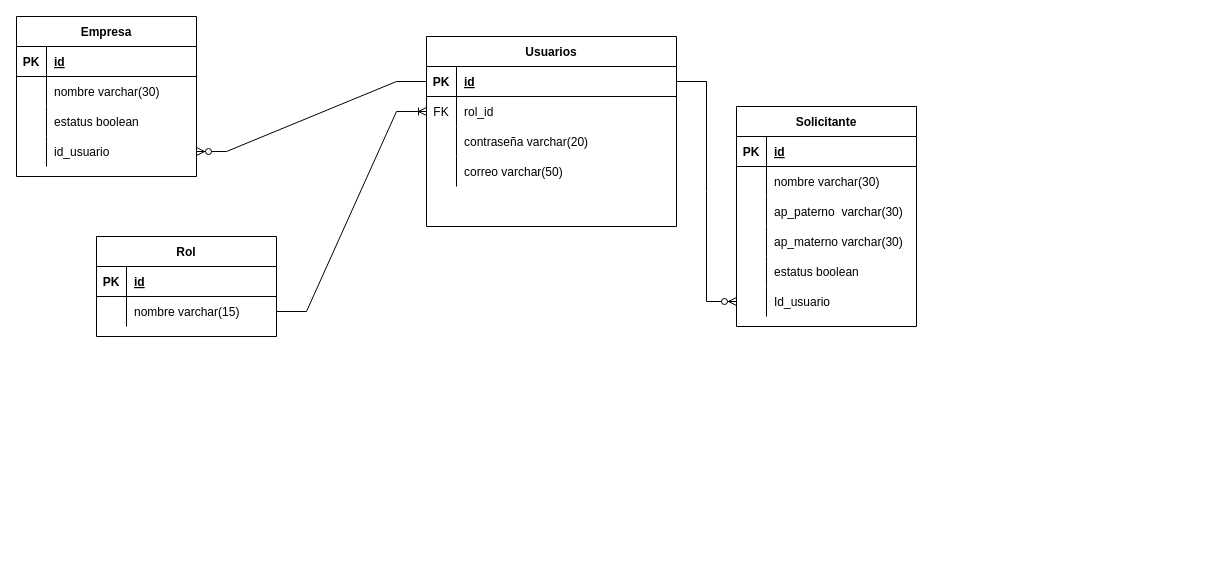
This is page "Page-1" (1 of 2) of Diagrama BBDD.drawio from soolelu/pilotoE3-Back, a draw.io file, before an edit. Source tidied: cells renumbered, new cells numbered last; positions are measured from the earlier drawing's top-left corner, leaving out a move shared by most shapes. Both pictures are drawn from the tidied source at 100%, with x=0, y=0 at pixel (16, 16).
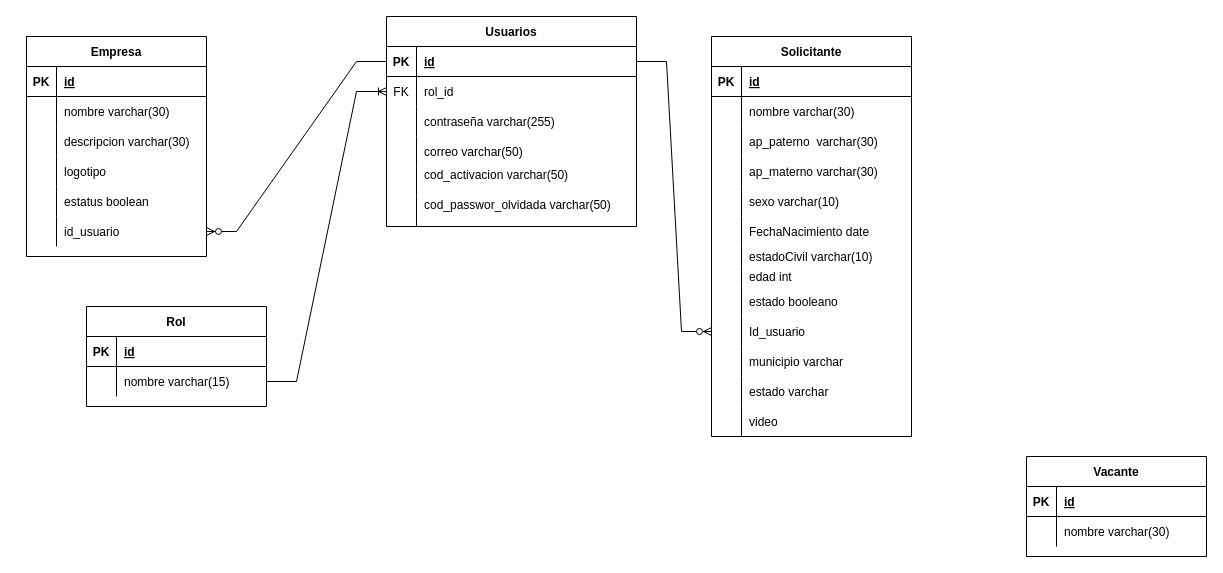
The same page after the edit.

Commit message:
perfil solicitante

Unchanged cells that the change refers to:
```xml
<mxCell id="9" style="shape=partialRectangle;fillColor=none;top=0;left=0;right=0;bottom=0;" parent="2" vertex="1">
  <mxGeometry y="90" width="250" height="30" as="geometry" />
</mxCell>
```

The edit, as a diff of the source:
```diff
@@
     <mxCell id="2" value="Usuarios" style="shape=table;startSize=30;childLayout=tableLayout;rowLines=0;fontStyle=1;align=center;" parent="1" vertex="1">
-      <mxGeometry x="410" y="20" width="250" height="190" as="geometry" />
+      <mxGeometry x="370" width="250" height="210" as="geometry" />
     </mxCell>
@@
-    <mxCell id="11" value="contraseña varchar(20)" style="shape=partialRectangle;overflow=hidden;fillColor=none;top=0;left=0;bottom=0;right=0;align=left;spacingLeft=6;" parent="9" vertex="1">
+    <mxCell id="11" value="contraseña varchar(255)" style="shape=partialRectangle;overflow=hidden;fillColor=none;top=0;left=0;bottom=0;right=0;align=left;spacingLeft=6;" parent="9" vertex="1">
       <mxGeometry x="30" width="220" height="30" as="geometry" />
     </mxCell>
@@
+    <mxCell id="57" style="shape=partialRectangle;fillColor=none;top=0;left=0;right=0;bottom=0;" parent="2" vertex="1">
+      <mxGeometry y="150" width="250" height="30" as="geometry" />
+    </mxCell>
+    <mxCell id="58" style="shape=partialRectangle;overflow=hidden;fillColor=none;top=0;left=0;bottom=0;right=0;" parent="57" vertex="1">
+      <mxGeometry width="30" height="30" as="geometry" />
+    </mxCell>
+    <mxCell id="59" value="cod_activacion varchar(50)&#10;" style="shape=partialRectangle;overflow=hidden;fillColor=none;top=0;left=0;bottom=0;right=0;align=left;spacingLeft=6;" parent="57" vertex="1">
+      <mxGeometry x="30" width="220" height="30" as="geometry" />
+    </mxCell>
+    <mxCell id="60" style="shape=partialRectangle;fillColor=none;top=0;left=0;right=0;bottom=0;" parent="2" vertex="1">
+      <mxGeometry y="180" width="250" height="30" as="geometry" />
+    </mxCell>
+    <mxCell id="61" style="shape=partialRectangle;overflow=hidden;fillColor=none;top=0;left=0;bottom=0;right=0;" parent="60" vertex="1">
+      <mxGeometry width="30" height="30" as="geometry" />
+    </mxCell>
+    <mxCell id="62" value="cod_passwor_olvidada varchar(50)&#10;" style="shape=partialRectangle;overflow=hidden;fillColor=none;top=0;left=0;bottom=0;right=0;align=left;spacingLeft=6;" parent="60" vertex="1">
+      <mxGeometry x="30" width="220" height="30" as="geometry" />
+    </mxCell>
     <mxCell id="15" value="Rol" style="shape=table;startSize=30;childLayout=tableLayout;rowLines=0;fontStyle=1;align=center;" parent="1" vertex="1">
-      <mxGeometry x="80" y="220" width="180" height="100" as="geometry" />
+      <mxGeometry x="70" y="290" width="180" height="100" as="geometry" />
     </mxCell>
@@
     <mxCell id="23" value="Empresa" style="shape=table;startSize=30;childLayout=tableLayout;rowLines=0;fontStyle=1;align=center;" parent="1" vertex="1">
-      <mxGeometry width="180" height="160" as="geometry" />
+      <mxGeometry x="10" y="20" width="180" height="220" as="geometry" />
     </mxCell>
@@
+    <mxCell id="63" style="shape=tableRow;horizontal=0;startSize=0;swimlaneHead=0;swimlaneBody=0;fillColor=none;top=0;left=0;right=0;bottom=0;" parent="23" vertex="1">
+      <mxGeometry y="90" width="180" height="30" as="geometry" />
+    </mxCell>
+    <mxCell id="64" style="shape=partialRectangle;fillColor=none;top=0;left=0;bottom=0;right=0;overflow=hidden;" parent="63" vertex="1">
+      <mxGeometry width="30" height="30" as="geometry" />
+    </mxCell>
+    <mxCell id="65" value="descripcion varchar(30)" style="shape=partialRectangle;fillColor=none;top=0;left=0;bottom=0;right=0;align=left;spacingLeft=6;overflow=hidden;" parent="63" vertex="1">
+      <mxGeometry x="30" width="150" height="30" as="geometry" />
+    </mxCell>
+    <mxCell id="66" style="shape=tableRow;horizontal=0;startSize=0;swimlaneHead=0;swimlaneBody=0;fillColor=none;top=0;left=0;right=0;bottom=0;" parent="23" vertex="1">
+      <mxGeometry y="120" width="180" height="30" as="geometry" />
+    </mxCell>
+    <mxCell id="67" style="shape=partialRectangle;fillColor=none;top=0;left=0;bottom=0;right=0;overflow=hidden;" parent="66" vertex="1">
+      <mxGeometry width="30" height="30" as="geometry" />
+    </mxCell>
+    <mxCell id="68" value="logotipo" style="shape=partialRectangle;fillColor=none;top=0;left=0;bottom=0;right=0;align=left;spacingLeft=6;overflow=hidden;" parent="66" vertex="1">
+      <mxGeometry x="30" width="150" height="30" as="geometry" />
+    </mxCell>
     <mxCell id="30" style="shape=tableRow;horizontal=0;startSize=0;swimlaneHead=0;swimlaneBody=0;fillColor=none;top=0;left=0;right=0;bottom=0;" parent="23" vertex="1">
-      <mxGeometry y="90" width="180" height="30" as="geometry" />
+      <mxGeometry y="150" width="180" height="30" as="geometry" />
     </mxCell>
@@
     <mxCell id="33" style="shape=tableRow;horizontal=0;startSize=0;swimlaneHead=0;swimlaneBody=0;fillColor=none;points=[[0,0.5],[1,0.5]];portConstraint=eastwest;top=0;left=0;right=0;bottom=0;" parent="23" vertex="1">
-      <mxGeometry y="120" width="180" height="30" as="geometry" />
+      <mxGeometry y="180" width="180" height="30" as="geometry" />
     </mxCell>
@@
     <mxCell id="36" value="Solicitante" style="shape=table;startSize=30;childLayout=tableLayout;rowLines=0;fontStyle=1;align=center;" parent="1" vertex="1">
-      <mxGeometry x="720" y="90" width="180" height="220" as="geometry" />
+      <mxGeometry x="695" y="20" width="200" height="400" as="geometry" />
     </mxCell>
     <mxCell id="37" style="shape=tableRow;horizontal=0;startSize=0;swimlaneHead=0;swimlaneBody=0;fillColor=none;top=0;left=0;right=0;bottom=1;" parent="36" vertex="1">
-      <mxGeometry y="30" width="180" height="30" as="geometry" />
+      <mxGeometry y="30" width="200" height="30" as="geometry" />
     </mxCell>
@@
     <mxCell id="39" value="id" style="shape=partialRectangle;fillColor=none;top=0;left=0;bottom=0;right=0;align=left;spacingLeft=6;fontStyle=5;overflow=hidden;" parent="37" vertex="1">
-      <mxGeometry x="30" width="150" height="30" as="geometry" />
+      <mxGeometry x="30" width="170" height="30" as="geometry" />
     </mxCell>
     <mxCell id="40" style="shape=tableRow;horizontal=0;startSize=0;swimlaneHead=0;swimlaneBody=0;fillColor=none;top=0;left=0;right=0;bottom=0;" parent="36" vertex="1">
-      <mxGeometry y="60" width="180" height="30" as="geometry" />
+      <mxGeometry y="60" width="200" height="30" as="geometry" />
     </mxCell>
@@
     <mxCell id="42" value="nombre varchar(30)" style="shape=partialRectangle;fillColor=none;top=0;left=0;bottom=0;right=0;align=left;spacingLeft=6;overflow=hidden;" parent="40" vertex="1">
-      <mxGeometry x="30" width="150" height="30" as="geometry" />
+      <mxGeometry x="30" width="170" height="30" as="geometry" />
     </mxCell>
     <mxCell id="43" style="shape=tableRow;horizontal=0;startSize=0;swimlaneHead=0;swimlaneBody=0;fillColor=none;top=0;left=0;right=0;bottom=0;" parent="36" vertex="1">
-      <mxGeometry y="90" width="180" height="30" as="geometry" />
+      <mxGeometry y="90" width="200" height="30" as="geometry" />
     </mxCell>
@@
     <mxCell id="45" value="ap_paterno  varchar(30)" style="shape=partialRectangle;fillColor=none;top=0;left=0;bottom=0;right=0;align=left;spacingLeft=6;overflow=hidden;" parent="43" vertex="1">
-      <mxGeometry x="30" width="150" height="30" as="geometry" />
+      <mxGeometry x="30" width="170" height="30" as="geometry" />
     </mxCell>
     <mxCell id="46" style="shape=tableRow;horizontal=0;startSize=0;swimlaneHead=0;swimlaneBody=0;fillColor=none;top=0;left=0;right=0;bottom=0;" parent="36" vertex="1">
-      <mxGeometry y="120" width="180" height="30" as="geometry" />
+      <mxGeometry y="120" width="200" height="30" as="geometry" />
     </mxCell>
@@
     <mxCell id="48" value="ap_materno varchar(30)" style="shape=partialRectangle;fillColor=none;top=0;left=0;bottom=0;right=0;align=left;spacingLeft=6;overflow=hidden;" parent="46" vertex="1">
-      <mxGeometry x="30" width="150" height="30" as="geometry" />
+      <mxGeometry x="30" width="170" height="30" as="geometry" />
     </mxCell>
-    <mxCell id="49" style="shape=tableRow;horizontal=0;startSize=0;swimlaneHead=0;swimlaneBody=0;fillColor=none;top=0;left=0;right=0;bottom=0;" parent="36" vertex="1">
-      <mxGeometry y="150" width="180" height="30" as="geometry" />
-    </mxCell>
-    <mxCell id="50" style="shape=partialRectangle;fillColor=none;top=0;left=0;bottom=0;right=0;overflow=hidden;" parent="49" vertex="1">
-      <mxGeometry width="30" height="30" as="geometry" />
-    </mxCell>
-    <mxCell id="51" value="estatus boolean" style="shape=partialRectangle;fillColor=none;top=0;left=0;bottom=0;right=0;align=left;spacingLeft=6;overflow=hidden;" parent="49" vertex="1">
-      <mxGeometry x="30" width="150" height="30" as="geometry" />
-    </mxCell>
+    <mxCell id="69" style="shape=tableRow;horizontal=0;startSize=0;swimlaneHead=0;swimlaneBody=0;fillColor=none;top=0;left=0;right=0;bottom=0;" parent="36" vertex="1">
+      <mxGeometry y="150" width="200" height="30" as="geometry" />
+    </mxCell>
+    <mxCell id="70" style="shape=partialRectangle;fillColor=none;top=0;left=0;bottom=0;right=0;overflow=hidden;" parent="69" vertex="1">
+      <mxGeometry width="30" height="30" as="geometry" />
+    </mxCell>
+    <mxCell id="71" value="sexo varchar(10)" style="shape=partialRectangle;fillColor=none;top=0;left=0;bottom=0;right=0;align=left;spacingLeft=6;overflow=hidden;" parent="69" vertex="1">
+      <mxGeometry x="30" width="170" height="30" as="geometry" />
+    </mxCell>
+    <mxCell id="72" style="shape=tableRow;horizontal=0;startSize=0;swimlaneHead=0;swimlaneBody=0;fillColor=none;top=0;left=0;right=0;bottom=0;" parent="36" vertex="1">
+      <mxGeometry y="180" width="200" height="30" as="geometry" />
+    </mxCell>
+    <mxCell id="73" style="shape=partialRectangle;fillColor=none;top=0;left=0;bottom=0;right=0;overflow=hidden;" parent="72" vertex="1">
+      <mxGeometry width="30" height="30" as="geometry" />
+    </mxCell>
+    <mxCell id="74" value="FechaNacimiento date" style="shape=partialRectangle;fillColor=none;top=0;left=0;bottom=0;right=0;align=left;spacingLeft=6;overflow=hidden;" parent="72" vertex="1">
+      <mxGeometry x="30" width="170" height="30" as="geometry" />
+    </mxCell>
+    <mxCell id="75" style="shape=tableRow;horizontal=0;startSize=0;swimlaneHead=0;swimlaneBody=0;fillColor=none;top=0;left=0;right=0;bottom=0;" parent="36" vertex="1">
+      <mxGeometry y="210" width="200" height="20" as="geometry" />
+    </mxCell>
+    <mxCell id="76" style="shape=partialRectangle;fillColor=none;top=0;left=0;bottom=0;right=0;overflow=hidden;" parent="75" vertex="1">
+      <mxGeometry width="30" height="20" as="geometry" />
+    </mxCell>
+    <mxCell id="77" value="estadoCivil varchar(10)" style="shape=partialRectangle;fillColor=none;top=0;left=0;bottom=0;right=0;align=left;spacingLeft=6;overflow=hidden;" parent="75" vertex="1">
+      <mxGeometry x="30" width="170" height="20" as="geometry" />
+    </mxCell>
+    <mxCell id="78" style="shape=tableRow;horizontal=0;startSize=0;swimlaneHead=0;swimlaneBody=0;fillColor=none;top=0;left=0;right=0;bottom=0;" parent="36" vertex="1">
+      <mxGeometry y="230" width="200" height="20" as="geometry" />
+    </mxCell>
+    <mxCell id="79" style="shape=partialRectangle;fillColor=none;top=0;left=0;bottom=0;right=0;overflow=hidden;" parent="78" vertex="1">
+      <mxGeometry width="30" height="20" as="geometry" />
+    </mxCell>
+    <mxCell id="80" value="edad int" style="shape=partialRectangle;fillColor=none;top=0;left=0;bottom=0;right=0;align=left;spacingLeft=6;overflow=hidden;" parent="78" vertex="1">
+      <mxGeometry x="30" width="170" height="20" as="geometry" />
+    </mxCell>
+    <mxCell id="81" style="shape=tableRow;horizontal=0;startSize=0;swimlaneHead=0;swimlaneBody=0;fillColor=none;top=0;left=0;right=0;bottom=0;" parent="36" vertex="1">
+      <mxGeometry y="250" width="200" height="30" as="geometry" />
+    </mxCell>
+    <mxCell id="82" style="shape=partialRectangle;fillColor=none;top=0;left=0;bottom=0;right=0;overflow=hidden;" parent="81" vertex="1">
+      <mxGeometry width="30" height="30" as="geometry" />
+    </mxCell>
+    <mxCell id="83" value="estado booleano" style="shape=partialRectangle;fillColor=none;top=0;left=0;bottom=0;right=0;align=left;spacingLeft=6;overflow=hidden;" parent="81" vertex="1">
+      <mxGeometry x="30" width="170" height="30" as="geometry" />
+    </mxCell>
     <mxCell id="52" style="shape=tableRow;horizontal=0;startSize=0;swimlaneHead=0;swimlaneBody=0;fillColor=none;points=[[0,0.5],[1,0.5]];portConstraint=eastwest;top=0;left=0;right=0;bottom=0;" parent="36" vertex="1">
-      <mxGeometry y="180" width="180" height="30" as="geometry" />
+      <mxGeometry y="280" width="200" height="30" as="geometry" />
     </mxCell>
@@
     <mxCell id="54" value="Id_usuario" style="shape=partialRectangle;fillColor=none;top=0;left=0;bottom=0;right=0;align=left;spacingLeft=6;overflow=hidden;" parent="52" vertex="1">
-      <mxGeometry x="30" width="150" height="30" as="geometry" />
+      <mxGeometry x="30" width="170" height="30" as="geometry" />
     </mxCell>
+    <mxCell id="84" style="shape=tableRow;horizontal=0;startSize=0;swimlaneHead=0;swimlaneBody=0;fillColor=none;top=0;left=0;right=0;bottom=0;" parent="36" vertex="1">
+      <mxGeometry y="310" width="200" height="30" as="geometry" />
+    </mxCell>
+    <mxCell id="85" style="shape=partialRectangle;fillColor=none;top=0;left=0;bottom=0;right=0;overflow=hidden;" parent="84" vertex="1">
+      <mxGeometry width="30" height="30" as="geometry" />
+    </mxCell>
+    <mxCell id="86" value="municipio varchar" style="shape=partialRectangle;fillColor=none;top=0;left=0;bottom=0;right=0;align=left;spacingLeft=6;overflow=hidden;" parent="84" vertex="1">
+      <mxGeometry x="30" width="170" height="30" as="geometry" />
+    </mxCell>
+    <mxCell id="87" style="shape=tableRow;horizontal=0;startSize=0;swimlaneHead=0;swimlaneBody=0;fillColor=none;top=0;left=0;right=0;bottom=0;" parent="36" vertex="1">
+      <mxGeometry y="340" width="200" height="30" as="geometry" />
+    </mxCell>
+    <mxCell id="88" style="shape=partialRectangle;fillColor=none;top=0;left=0;bottom=0;right=0;overflow=hidden;" parent="87" vertex="1">
+      <mxGeometry width="30" height="30" as="geometry" />
+    </mxCell>
+    <mxCell id="89" value="estado varchar" style="shape=partialRectangle;fillColor=none;top=0;left=0;bottom=0;right=0;align=left;spacingLeft=6;overflow=hidden;" parent="87" vertex="1">
+      <mxGeometry x="30" width="170" height="30" as="geometry" />
+    </mxCell>
+    <mxCell id="90" style="shape=tableRow;horizontal=0;startSize=0;swimlaneHead=0;swimlaneBody=0;fillColor=none;top=0;left=0;right=0;bottom=0;" parent="36" vertex="1">
+      <mxGeometry y="370" width="200" height="30" as="geometry" />
+    </mxCell>
+    <mxCell id="91" style="shape=partialRectangle;fillColor=none;top=0;left=0;bottom=0;right=0;overflow=hidden;" parent="90" vertex="1">
+      <mxGeometry width="30" height="30" as="geometry" />
+    </mxCell>
+    <mxCell id="92" value="video" style="shape=partialRectangle;fillColor=none;top=0;left=0;bottom=0;right=0;align=left;spacingLeft=6;overflow=hidden;" parent="90" vertex="1">
+      <mxGeometry x="30" width="170" height="30" as="geometry" />
+    </mxCell>
@@
+    <mxCell id="93" value="Vacante" style="shape=table;startSize=30;childLayout=tableLayout;rowLines=0;fontStyle=1;align=center;" parent="1" vertex="1">
+      <mxGeometry x="1010" y="440" width="180" height="100" as="geometry" />
+    </mxCell>
+    <mxCell id="94" style="shape=tableRow;horizontal=0;startSize=0;swimlaneHead=0;swimlaneBody=0;fillColor=none;top=0;left=0;right=0;bottom=1;" parent="93" vertex="1">
+      <mxGeometry y="30" width="180" height="30" as="geometry" />
+    </mxCell>
+    <mxCell id="95" value="PK" style="shape=partialRectangle;fillColor=none;top=0;left=0;bottom=0;right=0;fontStyle=1;overflow=hidden;" parent="94" vertex="1">
+      <mxGeometry width="30" height="30" as="geometry" />
+    </mxCell>
+    <mxCell id="96" value="id" style="shape=partialRectangle;fillColor=none;top=0;left=0;bottom=0;right=0;align=left;spacingLeft=6;fontStyle=5;overflow=hidden;" parent="94" vertex="1">
+      <mxGeometry x="30" width="150" height="30" as="geometry" />
+    </mxCell>
+    <mxCell id="97" style="shape=tableRow;horizontal=0;startSize=0;swimlaneHead=0;swimlaneBody=0;fillColor=none;top=0;left=0;right=0;bottom=0;" parent="93" vertex="1">
+      <mxGeometry y="60" width="180" height="30" as="geometry" />
+    </mxCell>
+    <mxCell id="98" style="shape=partialRectangle;fillColor=none;top=0;left=0;bottom=0;right=0;overflow=hidden;" parent="97" vertex="1">
+      <mxGeometry width="30" height="30" as="geometry" />
+    </mxCell>
+    <mxCell id="99" value="nombre varchar(30)" style="shape=partialRectangle;fillColor=none;top=0;left=0;bottom=0;right=0;align=left;spacingLeft=6;overflow=hidden;" parent="97" vertex="1">
+      <mxGeometry x="30" width="150" height="30" as="geometry" />
+    </mxCell>
```
